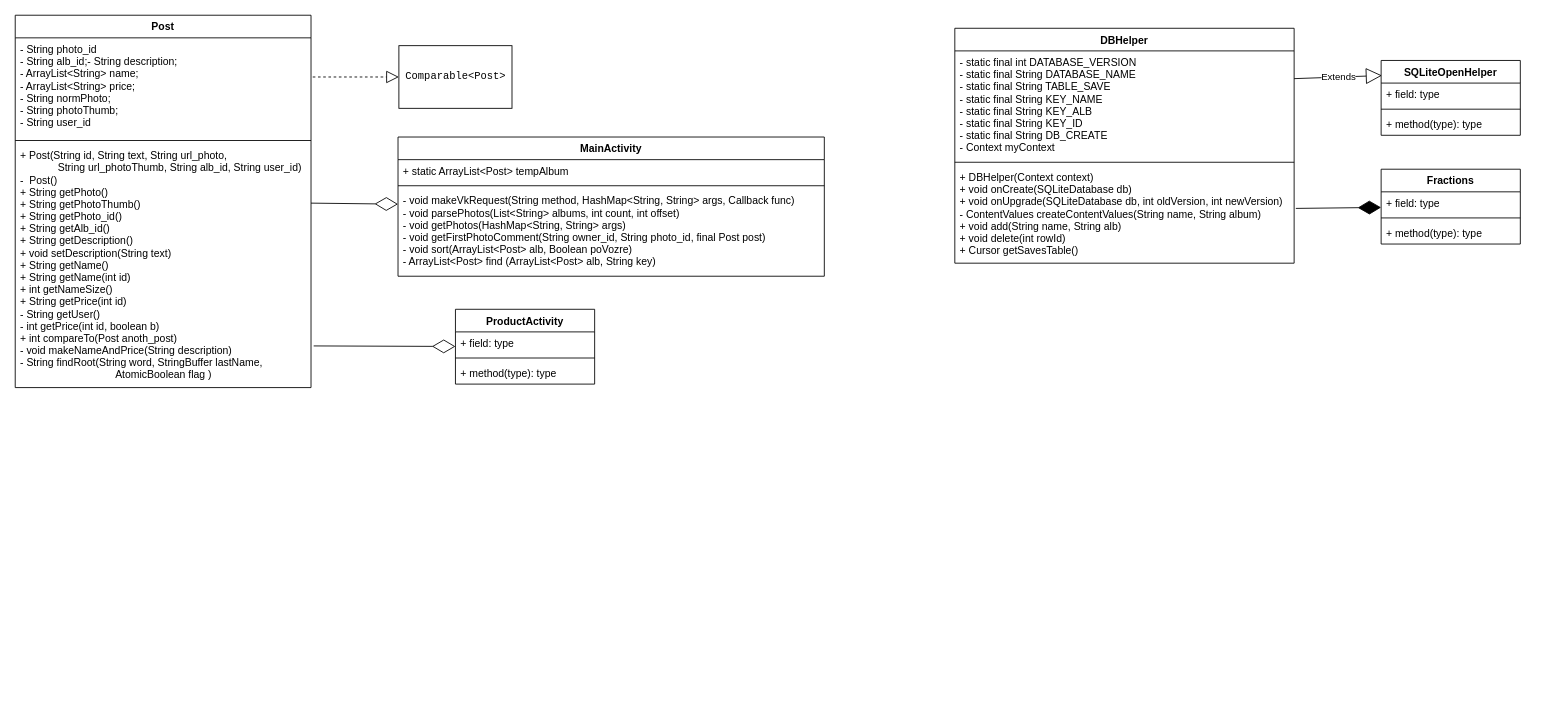
Before: Kursach 4 sem.drawio in Konstantin-Minachkin/praktika1ikbo-16-17-, a draw.io diagram. Source tidied: cells renumbered, new cells numbered last; positions are measured from the earlier drawing's top-left corner, leaving out a move shared by most shapes. Both pictures are drawn from the tidied source at 87%, with x=0, y=0 at pixel (15, 15).
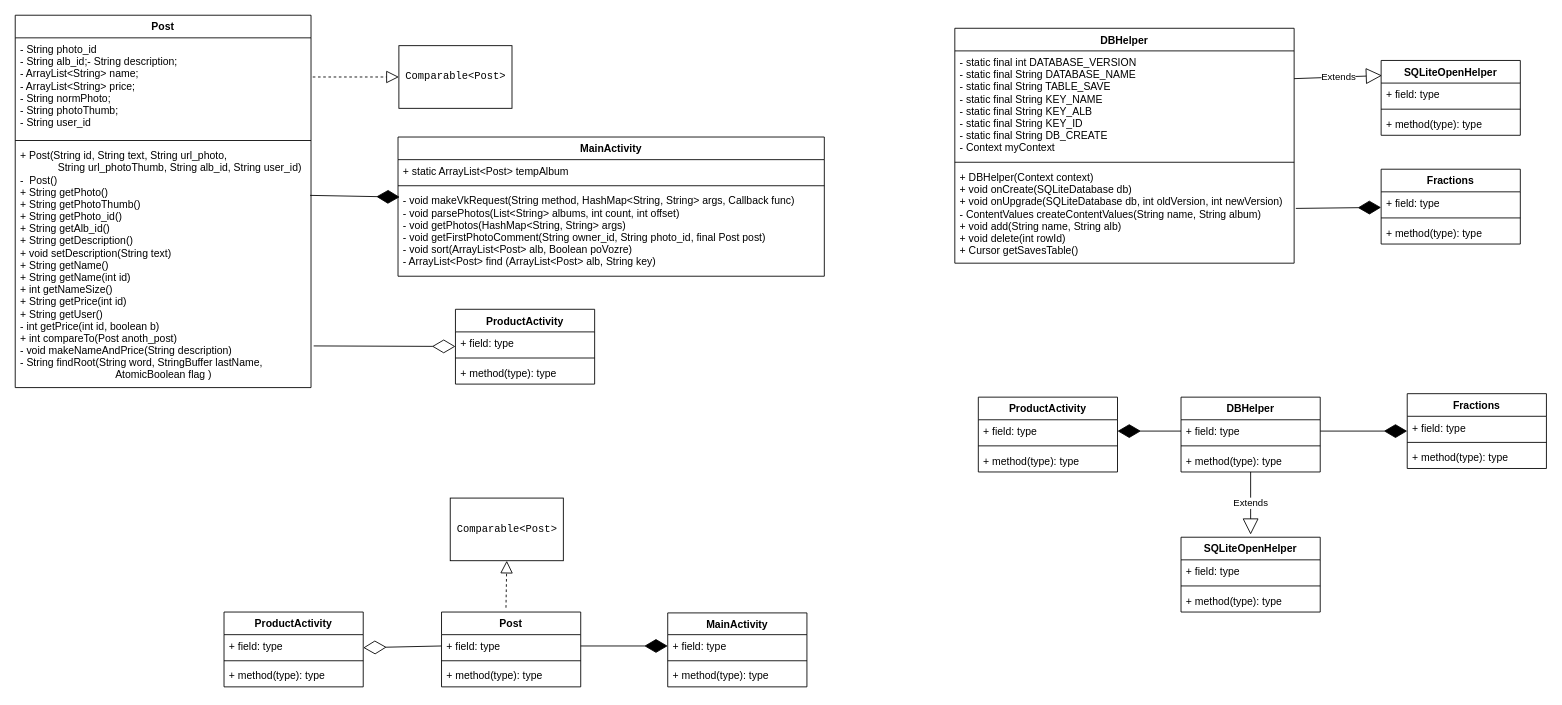
The same diagram, later.

The change refers to these unchanged cells:
```xml
<mxCell id="2" value="Post" style="swimlane;fontStyle=1;align=center;verticalAlign=top;horizontal=1;startSize=26;" parent="1" vertex="1">
  <mxGeometry width="340" height="428" as="geometry" />
</mxCell>
<mxCell id="6" value="MainActivity" style="swimlane;fontStyle=1;align=center;verticalAlign=top;horizontal=1;startSize=26;" parent="1" vertex="1">
  <mxGeometry x="440" y="140" width="490" height="160" as="geometry" />
</mxCell>
<mxCell id="9" value="- void makeVkRequest(String method, HashMap&lt;String, String&gt; args, Callback func)&#10;- void parsePhotos(List&lt;String&gt; albums, int count, int offset)&#10;- void getPhotos(HashMap&lt;String, String&gt; args)&#10;- void getFirstPhotoComment(String owner_id, String photo_id, final Post post)&#10;- void sort(ArrayList&lt;Post&gt; alb, Boolean poVozre)&#10;- ArrayList&lt;Post&gt; find (ArrayList&lt;Post&gt; alb, String key)" style="text;strokeColor=none;fillColor=none;align=left;verticalAlign=top;spacingLeft=4;spacingRight=4;overflow=hidden;points=[[0,0.5],[1,0.5]];portConstraint=eastwest;" parent="6" vertex="1">
  <mxGeometry y="60" width="490" height="100" as="geometry" />
</mxCell>
```

Change to the diagram source:
```diff
@@
-    <mxCell id="5" value="+ Post(String id, String text, String url_photo, &#10;             String url_photoThumb, String alb_id, String user_id)&#10;-  Post()&#10;+ String getPhoto()&#10;+ String getPhotoThumb()&#10;+ String getPhoto_id()&#10;+ String getAlb_id()&#10;+ String getDescription()&#10;+ void setDescription(String text)&#10;+ String getName()&#10;+ String getName(int id)&#10;+ int getNameSize()&#10;+ String getPrice(int id)&#10;- String getUser()&#10;- int getPrice(int id, boolean b)&#10;+ int compareTo(Post anoth_post)&#10;- void makeNameAndPrice(String description)&#10;- String findRoot(String word, StringBuffer lastName, &#10;                                 AtomicBoolean flag )" style="text;strokeColor=none;fillColor=none;align=left;verticalAlign=top;spacingLeft=4;spacingRight=4;overflow=hidden;points=[[0,0.5],[1,0.5]];portConstraint=eastwest;" parent="2" vertex="1">
+    <mxCell id="5" value="+ Post(String id, String text, String url_photo, &#10;             String url_photoThumb, String alb_id, String user_id)&#10;-  Post()&#10;+ String getPhoto()&#10;+ String getPhotoThumb()&#10;+ String getPhoto_id()&#10;+ String getAlb_id()&#10;+ String getDescription()&#10;+ void setDescription(String text)&#10;+ String getName()&#10;+ String getName(int id)&#10;+ int getNameSize()&#10;+ String getPrice(int id)&#10;+ String getUser()&#10;- int getPrice(int id, boolean b)&#10;+ int compareTo(Post anoth_post)&#10;- void makeNameAndPrice(String description)&#10;- String findRoot(String word, StringBuffer lastName, &#10;                                 AtomicBoolean flag )" style="text;strokeColor=none;fillColor=none;align=left;verticalAlign=top;spacingLeft=4;spacingRight=4;overflow=hidden;points=[[0,0.5],[1,0.5]];portConstraint=eastwest;" parent="2" vertex="1">
       <mxGeometry y="148" width="340" height="280" as="geometry" />
     </mxCell>
@@
-    <mxCell id="18" style="endArrow=diamondThin;endFill=0;endSize=24;html=1;" parent="1" edge="1" source="2" target="6">
-      <mxGeometry relative="1" as="geometry" />
-    </mxCell>
@@
+    <mxCell id="32" style="endArrow=diamondThin;endFill=1;endSize=24;html=1;entryX=0.004;entryY=0.09;entryDx=0;entryDy=0;entryPerimeter=0;exitX=0.997;exitY=0.211;exitDx=0;exitDy=0;exitPerimeter=0;" parent="1" edge="1" source="5" target="9">
+      <mxGeometry relative="1" as="geometry" />
+    </mxCell>
+    <mxCell id="33" value="ProductActivity" style="swimlane;fontStyle=1;align=center;verticalAlign=top;horizontal=1;startSize=26;" parent="1" vertex="1">
+      <mxGeometry x="240" y="686" width="160" height="86" as="geometry" />
+    </mxCell>
+    <mxCell id="34" value="+ field: type" style="text;strokeColor=none;fillColor=none;align=left;verticalAlign=top;spacingLeft=4;spacingRight=4;overflow=hidden;" parent="33" vertex="1">
+      <mxGeometry y="26" width="160" height="26" as="geometry" />
+    </mxCell>
+    <mxCell id="35" style="line;strokeWidth=1;fillColor=none;align=left;verticalAlign=middle;spacingTop=-1;spacingLeft=3;spacingRight=3;labelPosition=right;" parent="33" vertex="1">
+      <mxGeometry y="52" width="160" height="8" as="geometry" />
+    </mxCell>
+    <mxCell id="36" value="+ method(type): type" style="text;strokeColor=none;fillColor=none;align=left;verticalAlign=top;spacingLeft=4;spacingRight=4;overflow=hidden;" parent="33" vertex="1">
+      <mxGeometry y="60" width="160" height="26" as="geometry" />
+    </mxCell>
+    <mxCell id="37" style="endArrow=diamondThin;endFill=0;endSize=24;html=1;exitX=0;exitY=0.5;exitDx=0;exitDy=0;" parent="1" edge="1" source="42">
+      <mxGeometry relative="1" as="geometry">
+        <mxPoint x="400" y="727" as="targetPoint" />
+      </mxGeometry>
+    </mxCell>
+    <mxCell id="38" value="&lt;pre&gt;Comparable&amp;lt;Post&amp;gt;&lt;/pre&gt;" style="html=1;" parent="1" vertex="1">
+      <mxGeometry x="500" y="555" width="130" height="72" as="geometry" />
+    </mxCell>
+    <mxCell id="39" style="endArrow=block;dashed=1;endFill=0;endSize=12;html=1;entryX=0.5;entryY=1;entryDx=0;entryDy=0;exitX=0.463;exitY=-0.058;exitDx=0;exitDy=0;exitPerimeter=0;" parent="1" edge="1" source="41" target="38">
+      <mxGeometry relative="1" as="geometry" />
+    </mxCell>
+    <mxCell id="40" style="endArrow=diamondThin;endFill=1;endSize=24;html=1;entryX=0;entryY=0.5;entryDx=0;entryDy=0;exitX=1;exitY=0.5;exitDx=0;exitDy=0;" parent="1" edge="1" source="42" target="46">
+      <mxGeometry relative="1" as="geometry" />
+    </mxCell>
+    <mxCell id="41" value="Post" style="swimlane;fontStyle=1;align=center;verticalAlign=top;horizontal=1;startSize=26;" parent="1" vertex="1">
+      <mxGeometry x="490" y="686" width="160" height="86" as="geometry" />
+    </mxCell>
+    <mxCell id="42" value="+ field: type" style="text;strokeColor=none;fillColor=none;align=left;verticalAlign=top;spacingLeft=4;spacingRight=4;overflow=hidden;points=[[0,0.5],[1,0.5]];portConstraint=eastwest;" parent="41" vertex="1">
+      <mxGeometry y="26" width="160" height="26" as="geometry" />
+    </mxCell>
+    <mxCell id="43" style="line;strokeWidth=1;fillColor=none;align=left;verticalAlign=middle;spacingTop=-1;spacingLeft=3;spacingRight=3;labelPosition=right;" parent="41" vertex="1">
+      <mxGeometry y="52" width="160" height="8" as="geometry" />
+    </mxCell>
+    <mxCell id="44" value="+ method(type): type" style="text;strokeColor=none;fillColor=none;align=left;verticalAlign=top;spacingLeft=4;spacingRight=4;overflow=hidden;" parent="41" vertex="1">
+      <mxGeometry y="60" width="160" height="26" as="geometry" />
+    </mxCell>
+    <mxCell id="45" value="MainActivity" style="swimlane;fontStyle=1;align=center;verticalAlign=top;horizontal=1;startSize=25;" parent="1" vertex="1">
+      <mxGeometry x="750" y="687" width="160" height="85" as="geometry" />
+    </mxCell>
+    <mxCell id="46" value="+ field: type" style="text;strokeColor=none;fillColor=none;align=left;verticalAlign=top;spacingLeft=4;spacingRight=4;overflow=hidden;points=[[0,0.5],[1,0.5]];portConstraint=eastwest;" parent="45" vertex="1">
+      <mxGeometry y="25" width="160" height="26" as="geometry" />
+    </mxCell>
+    <mxCell id="47" style="line;strokeWidth=1;fillColor=none;align=left;verticalAlign=middle;spacingTop=-1;spacingLeft=3;spacingRight=3;labelPosition=right;" parent="45" vertex="1">
+      <mxGeometry y="51" width="160" height="8" as="geometry" />
+    </mxCell>
+    <mxCell id="48" value="+ method(type): type" style="text;strokeColor=none;fillColor=none;align=left;verticalAlign=top;spacingLeft=4;spacingRight=4;overflow=hidden;" parent="45" vertex="1">
+      <mxGeometry y="59" width="160" height="26" as="geometry" />
+    </mxCell>
+    <mxCell id="49" value="DBHelper" style="swimlane;fontStyle=1;align=center;verticalAlign=top;horizontal=1;startSize=26;" parent="1" vertex="1">
+      <mxGeometry x="1340" y="439" width="160" height="86" as="geometry" />
+    </mxCell>
+    <mxCell id="50" value="+ field: type" style="text;strokeColor=none;fillColor=none;align=left;verticalAlign=top;spacingLeft=4;spacingRight=4;overflow=hidden;points=[[0,0.5],[1,0.5]];portConstraint=eastwest;" parent="49" vertex="1">
+      <mxGeometry y="26" width="160" height="26" as="geometry" />
+    </mxCell>
+    <mxCell id="51" style="line;strokeWidth=1;fillColor=none;align=left;verticalAlign=middle;spacingTop=-1;spacingLeft=3;spacingRight=3;labelPosition=right;" parent="49" vertex="1">
+      <mxGeometry y="52" width="160" height="8" as="geometry" />
+    </mxCell>
+    <mxCell id="52" value="+ method(type): type" style="text;strokeColor=none;fillColor=none;align=left;verticalAlign=top;spacingLeft=4;spacingRight=4;overflow=hidden;points=[[0,0.5],[1,0.5]];portConstraint=eastwest;" parent="49" vertex="1">
+      <mxGeometry y="60" width="160" height="26" as="geometry" />
+    </mxCell>
+    <mxCell id="53" value="ProductActivity" style="swimlane;fontStyle=1;align=center;verticalAlign=top;horizontal=1;startSize=26;" parent="1" vertex="1">
+      <mxGeometry x="1107" y="439" width="160" height="86" as="geometry" />
+    </mxCell>
+    <mxCell id="54" value="+ field: type" style="text;strokeColor=none;fillColor=none;align=left;verticalAlign=top;spacingLeft=4;spacingRight=4;overflow=hidden;points=[[0,0.5],[1,0.5]];portConstraint=eastwest;" parent="53" vertex="1">
+      <mxGeometry y="26" width="160" height="26" as="geometry" />
+    </mxCell>
+    <mxCell id="55" style="line;strokeWidth=1;fillColor=none;align=left;verticalAlign=middle;spacingTop=-1;spacingLeft=3;spacingRight=3;labelPosition=right;" parent="53" vertex="1">
+      <mxGeometry y="52" width="160" height="8" as="geometry" />
+    </mxCell>
+    <mxCell id="56" value="+ method(type): type" style="text;strokeColor=none;fillColor=none;align=left;verticalAlign=top;spacingLeft=4;spacingRight=4;overflow=hidden;" parent="53" vertex="1">
+      <mxGeometry y="60" width="160" height="26" as="geometry" />
+    </mxCell>
+    <mxCell id="57" value="Extends" style="endArrow=block;endSize=16;endFill=0;html=1;" parent="1" edge="1" source="52">
+      <mxGeometry relative="1" as="geometry">
+        <mxPoint x="1420" y="597" as="targetPoint" />
+      </mxGeometry>
+    </mxCell>
+    <mxCell id="58" style="endArrow=diamondThin;endFill=1;endSize=24;html=1;exitX=1;exitY=0.5;exitDx=0;exitDy=0;entryX=0;entryY=0.5;entryDx=0;entryDy=0;" parent="1" edge="1" source="50">
+      <mxGeometry relative="1" as="geometry">
+        <mxPoint x="1600" y="478" as="targetPoint" />
+      </mxGeometry>
+    </mxCell>
+    <mxCell id="59" style="endArrow=diamondThin;endFill=1;endSize=24;html=1;entryX=1;entryY=0.5;entryDx=0;entryDy=0;" parent="1" edge="1" source="50" target="54">
+      <mxGeometry relative="1" as="geometry" />
+    </mxCell>
+    <mxCell id="60" value="Fractions" style="swimlane;fontStyle=1;align=center;verticalAlign=top;horizontal=1;startSize=26;" parent="1" vertex="1">
+      <mxGeometry x="1600" y="435" width="160" height="86" as="geometry" />
+    </mxCell>
+    <mxCell id="61" value="+ field: type" style="text;strokeColor=none;fillColor=none;align=left;verticalAlign=top;spacingLeft=4;spacingRight=4;overflow=hidden;" parent="60" vertex="1">
+      <mxGeometry y="26" width="160" height="26" as="geometry" />
+    </mxCell>
+    <mxCell id="62" style="line;strokeWidth=1;fillColor=none;align=left;verticalAlign=middle;spacingTop=-1;spacingLeft=3;spacingRight=3;labelPosition=right;" parent="60" vertex="1">
+      <mxGeometry y="52" width="160" height="8" as="geometry" />
+    </mxCell>
+    <mxCell id="63" value="+ method(type): type" style="text;strokeColor=none;fillColor=none;align=left;verticalAlign=top;spacingLeft=4;spacingRight=4;overflow=hidden;" parent="60" vertex="1">
+      <mxGeometry y="60" width="160" height="26" as="geometry" />
+    </mxCell>
+    <mxCell id="64" value="SQLiteOpenHelper" style="swimlane;fontStyle=1;align=center;verticalAlign=top;horizontal=1;startSize=26;" parent="1" vertex="1">
+      <mxGeometry x="1340" y="600" width="160" height="86" as="geometry" />
+    </mxCell>
+    <mxCell id="65" value="+ field: type" style="text;strokeColor=none;fillColor=none;align=left;verticalAlign=top;spacingLeft=4;spacingRight=4;overflow=hidden;" parent="64" vertex="1">
+      <mxGeometry y="26" width="160" height="26" as="geometry" />
+    </mxCell>
+    <mxCell id="66" style="line;strokeWidth=1;fillColor=none;align=left;verticalAlign=middle;spacingTop=-1;spacingLeft=3;spacingRight=3;labelPosition=right;" parent="64" vertex="1">
+      <mxGeometry y="52" width="160" height="8" as="geometry" />
+    </mxCell>
+    <mxCell id="67" value="+ method(type): type" style="text;strokeColor=none;fillColor=none;align=left;verticalAlign=top;spacingLeft=4;spacingRight=4;overflow=hidden;" parent="64" vertex="1">
+      <mxGeometry y="60" width="160" height="26" as="geometry" />
+    </mxCell>
```
